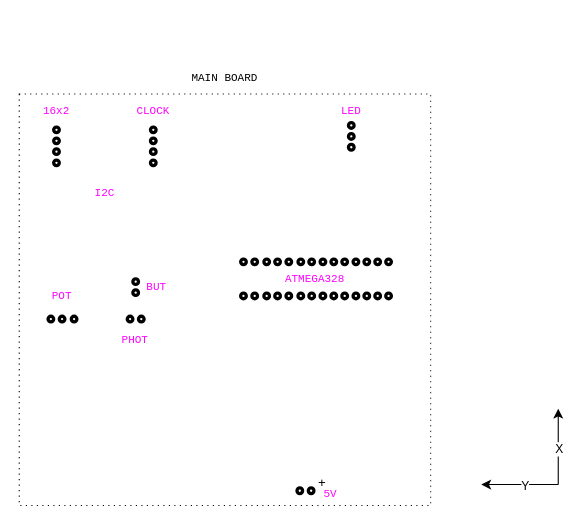
Before: Boards/Boards_map.drawio in mihanius7/pramien-clock, a draw.io diagram. Source tidied: cells renumbered, new cells numbered last; positions are measured from the earlier drawing's top-left corner, leaving out a move shared by most shapes. Both pictures are drawn from the tidied source at 110%, with x=0, y=0 at pixel (19, 67).
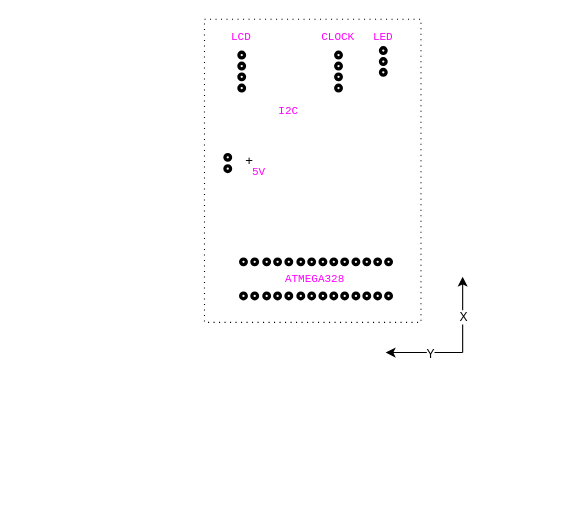
The same diagram, later.

The edit, as a diff of the source:
```diff
@@
     <mxCell id="2" style="rounded=0;whiteSpace=wrap;html=1;dashed=1;dashPattern=1 4;" parent="1" vertex="1">
-      <mxGeometry y="24" width="374" height="374" as="geometry" />
+      <mxGeometry x="168.4" y="-44" width="196.8" height="275.6" as="geometry" />
     </mxCell>
     <mxCell id="3" style="endArrow=classic;html=1;fontStyle=0;fontSize=11;" parent="1" edge="1">
       <mxGeometry relative="1" as="geometry">
-        <mxPoint x="490" y="379" as="sourcePoint" />
-        <mxPoint x="420" y="379" as="targetPoint" />
+        <mxPoint x="403.1" y="259" as="sourcePoint" />
+        <mxPoint x="333.1" y="259" as="targetPoint" />
       </mxGeometry>
     </mxCell>
@@
     <mxCell id="5" style="endArrow=classic;html=1;fontStyle=0;fontSize=11;align=center;" parent="1" edge="1">
       <mxGeometry relative="1" as="geometry">
-        <mxPoint x="490" y="379" as="sourcePoint" />
-        <mxPoint x="490" y="310" as="targetPoint" />
+        <mxPoint x="403.1" y="259" as="sourcePoint" />
+        <mxPoint x="403.1" y="190" as="targetPoint" />
       </mxGeometry>
     </mxCell>
@@
     <mxCell id="7" style="ellipse;whiteSpace=wrap;html=1;strokeWidth=3;" parent="1" vertex="1">
-      <mxGeometry x="262.8" y="382.1" width="5.1" height="5.1" as="geometry" />
+      <mxGeometry x="187" y="79" width="5.1" height="5.1" as="geometry" />
     </mxCell>
     <mxCell id="8" style="ellipse;whiteSpace=wrap;html=1;strokeWidth=3;" parent="1" vertex="1">
-      <mxGeometry x="252.5" y="382.1" width="5.1" height="5.1" as="geometry" />
+      <mxGeometry x="187" y="89.3" width="5.1" height="5.1" as="geometry" />
     </mxCell>
     <mxCell id="9" value="+" style="text;html=1;strokeColor=none;fillColor=none;align=center;verticalAlign=middle;whiteSpace=wrap;rounded=0;" parent="1" vertex="1">
-      <mxGeometry x="267.9" y="372.8" width="15" height="10" as="geometry" />
+      <mxGeometry x="202.4" y="80" width="15" height="10" as="geometry" />
     </mxCell>
     <mxCell id="10" style="edgeStyle=orthogonalEdgeStyle;rounded=0;jumpStyle=arc;jumpSize=10;orthogonalLoop=1;jettySize=auto;html=1;entryX=1;entryY=0.5;entryDx=0;entryDy=0;endArrow=none;endFill=0;strokeWidth=2;strokeColor=#99CCFF;" parent="1" edge="1">
       <mxGeometry relative="1" as="geometry">
-        <mxPoint x="712.6" y="88" as="sourcePoint" />
+        <mxPoint x="881" y="20" as="sourcePoint" />
         <Array as="points">
-          <mxPoint x="722" y="88" />
-          <mxPoint x="722" y="58" />
-          <mxPoint x="482" y="58" />
-          <mxPoint x="482" y="142" />
-          <mxPoint x="509" y="142" />
+          <mxPoint x="890.4" y="20" />
+          <mxPoint x="890.4" y="-10" />
+          <mxPoint x="650.4" y="-10" />
+          <mxPoint x="650.4" y="74" />
+          <mxPoint x="677.4" y="74" />
         </Array>
       </mxGeometry>
     </mxCell>
     <mxCell id="11" value="5V" style="text;html=1;strokeColor=none;fillColor=none;align=center;verticalAlign=middle;whiteSpace=wrap;rounded=0;glass=0;fontSize=10;opacity=50;fontStyle=0;rotation=0;fontFamily=Courier New;fontColor=#FF00FF;" parent="1" vertex="1">
-      <mxGeometry x="273.3" y="378" width="19.9" height="20" as="geometry" />
+      <mxGeometry x="207.8" y="85.2" width="19.9" height="20" as="geometry" />
     </mxCell>
     <mxCell id="12" style="ellipse;whiteSpace=wrap;html=1;strokeWidth=3;" parent="1" vertex="1">
-      <mxGeometry x="31.3" y="73.8" width="5.1" height="5.1" as="geometry" />
+      <mxGeometry x="199.7" y="5.8" width="5.1" height="5.1" as="geometry" />
     </mxCell>
     <mxCell id="13" style="ellipse;whiteSpace=wrap;html=1;strokeWidth=3;" parent="1" vertex="1">
-      <mxGeometry x="31.3" y="64" width="5.1" height="5.1" as="geometry" />
+      <mxGeometry x="199.7" y="-4" width="5.1" height="5.1" as="geometry" />
     </mxCell>
     <mxCell id="14" style="ellipse;whiteSpace=wrap;html=1;strokeWidth=3;" parent="1" vertex="1">
-      <mxGeometry x="31.3" y="54" width="5.1" height="5.1" as="geometry" />
+      <mxGeometry x="199.7" y="-14" width="5.1" height="5.1" as="geometry" />
     </mxCell>
     <mxCell id="15" style="ellipse;whiteSpace=wrap;html=1;strokeWidth=3;" parent="1" vertex="1">
-      <mxGeometry x="31.3" y="84" width="5.1" height="5.1" as="geometry" />
+      <mxGeometry x="199.7" y="16" width="5.1" height="5.1" as="geometry" />
     </mxCell>
     <mxCell id="16" style="ellipse;whiteSpace=wrap;html=1;strokeWidth=3;" parent="1" vertex="1">
-      <mxGeometry x="299.3" y="69.8" width="5.1" height="5.1" as="geometry" />
+      <mxGeometry x="328.4" y="1.7" width="5.1" height="5.1" as="geometry" />
     </mxCell>
     <mxCell id="17" style="ellipse;whiteSpace=wrap;html=1;strokeWidth=3;" parent="1" vertex="1">
-      <mxGeometry x="299.3" y="60" width="5.1" height="5.1" as="geometry" />
+      <mxGeometry x="328.4" y="-8.1" width="5.1" height="5.1" as="geometry" />
     </mxCell>
     <mxCell id="18" style="ellipse;whiteSpace=wrap;html=1;strokeWidth=3;" parent="1" vertex="1">
-      <mxGeometry x="299.3" y="50" width="5.1" height="5.1" as="geometry" />
+      <mxGeometry x="328.4" y="-18.1" width="5.1" height="5.1" as="geometry" />
     </mxCell>
     <mxCell id="19" style="ellipse;whiteSpace=wrap;html=1;strokeWidth=3;" parent="1" vertex="1">
-      <mxGeometry x="119.3" y="73.8" width="5.1" height="5.1" as="geometry" />
+      <mxGeometry x="287.7" y="5.8" width="5.1" height="5.1" as="geometry" />
     </mxCell>
     <mxCell id="20" style="ellipse;whiteSpace=wrap;html=1;strokeWidth=3;" parent="1" vertex="1">
-      <mxGeometry x="119.3" y="64" width="5.1" height="5.1" as="geometry" />
+      <mxGeometry x="287.7" y="-4" width="5.1" height="5.1" as="geometry" />
     </mxCell>
     <mxCell id="21" style="ellipse;whiteSpace=wrap;html=1;strokeWidth=3;" parent="1" vertex="1">
-      <mxGeometry x="119.3" y="54" width="5.1" height="5.1" as="geometry" />
+      <mxGeometry x="287.7" y="-14" width="5.1" height="5.1" as="geometry" />
     </mxCell>
     <mxCell id="22" style="ellipse;whiteSpace=wrap;html=1;strokeWidth=3;" parent="1" vertex="1">
-      <mxGeometry x="119.3" y="84" width="5.1" height="5.1" as="geometry" />
+      <mxGeometry x="287.7" y="16" width="5.1" height="5.1" as="geometry" />
     </mxCell>
-    <mxCell id="23" style="ellipse;whiteSpace=wrap;html=1;strokeWidth=3;" parent="1" vertex="1">
-      <mxGeometry x="36.4" y="226" width="5.1" height="5.1" as="geometry" />
-    </mxCell>
-    <mxCell id="24" style="ellipse;whiteSpace=wrap;html=1;strokeWidth=3;" parent="1" vertex="1">
-      <mxGeometry x="26.2" y="226" width="5.1" height="5.1" as="geometry" />
-    </mxCell>
-    <mxCell id="25" style="ellipse;whiteSpace=wrap;html=1;strokeWidth=3;" parent="1" vertex="1">
-      <mxGeometry x="47.3" y="226" width="5.1" height="5.1" as="geometry" />
-    </mxCell>
-    <mxCell id="26" style="ellipse;whiteSpace=wrap;html=1;strokeWidth=3;" parent="1" vertex="1">
-      <mxGeometry x="103.3" y="192" width="5.1" height="5.1" as="geometry" />
-    </mxCell>
-    <mxCell id="27" style="ellipse;whiteSpace=wrap;html=1;strokeWidth=3;" parent="1" vertex="1">
-      <mxGeometry x="103.3" y="202" width="5.1" height="5.1" as="geometry" />
-    </mxCell>
-    <mxCell id="28" style="ellipse;whiteSpace=wrap;html=1;strokeWidth=3;" parent="1" vertex="1">
-      <mxGeometry x="108.4" y="226" width="5.1" height="5.1" as="geometry" />
-    </mxCell>
-    <mxCell id="29" style="ellipse;whiteSpace=wrap;html=1;strokeWidth=3;" parent="1" vertex="1">
-      <mxGeometry x="98.2" y="226" width="5.1" height="5.1" as="geometry" />
-    </mxCell>
@@
-    <mxCell id="58" value="POT" style="text;html=1;strokeColor=none;fillColor=none;align=center;verticalAlign=middle;whiteSpace=wrap;rounded=0;glass=0;fontSize=10;opacity=50;fontStyle=0;rotation=0;fontFamily=Courier New;fontColor=#FF00FF;" parent="1" vertex="1">
-      <mxGeometry x="29.3" y="197.6" width="19.9" height="20" as="geometry" />
-    </mxCell>
-    <mxCell id="59" value="BUT" style="text;html=1;strokeColor=none;fillColor=none;align=center;verticalAlign=middle;whiteSpace=wrap;rounded=0;glass=0;fontSize=10;opacity=50;fontStyle=0;rotation=0;fontFamily=Courier New;fontColor=#FF00FF;" parent="1" vertex="1">
-      <mxGeometry x="115.3" y="190" width="19.9" height="20" as="geometry" />
-    </mxCell>
-    <mxCell id="60" value="PHOT" style="text;html=1;strokeColor=none;fillColor=none;align=center;verticalAlign=middle;whiteSpace=wrap;rounded=0;glass=0;fontSize=10;opacity=50;fontStyle=0;rotation=0;fontFamily=Courier New;fontColor=#FF00FF;" parent="1" vertex="1">
-      <mxGeometry x="91.2" y="238" width="29.3" height="20" as="geometry" />
-    </mxCell>
@@
     <mxCell id="62" value="I2C" style="text;html=1;strokeColor=none;fillColor=none;align=center;verticalAlign=middle;whiteSpace=wrap;rounded=0;glass=0;fontSize=10;opacity=50;fontStyle=0;rotation=0;fontFamily=Courier New;fontColor=#FF00FF;" parent="1" vertex="1">
-      <mxGeometry x="49.2" y="104" width="57.9" height="20" as="geometry" />
+      <mxGeometry x="216.1" y="30" width="57.9" height="20" as="geometry" />
     </mxCell>
-    <mxCell id="63" value="16x2" style="text;html=1;strokeColor=none;fillColor=none;align=center;verticalAlign=middle;whiteSpace=wrap;rounded=0;glass=0;fontSize=10;opacity=50;fontStyle=0;rotation=0;fontFamily=Courier New;fontColor=#FF00FF;" parent="1" vertex="1">
-      <mxGeometry x="4.9" y="30" width="57.9" height="20" as="geometry" />
+    <mxCell id="63" value="LCD" style="text;html=1;strokeColor=none;fillColor=none;align=center;verticalAlign=middle;whiteSpace=wrap;rounded=0;glass=0;fontSize=10;opacity=50;fontStyle=0;rotation=0;fontFamily=Courier New;fontColor=#FF00FF;" parent="1" vertex="1">
+      <mxGeometry x="173.3" y="-38" width="57.9" height="20" as="geometry" />
     </mxCell>
     <mxCell id="64" value="CLOCK" style="text;html=1;strokeColor=none;fillColor=none;align=center;verticalAlign=middle;whiteSpace=wrap;rounded=0;glass=0;fontSize=10;opacity=50;fontStyle=0;rotation=0;fontFamily=Courier New;fontColor=#FF00FF;" parent="1" vertex="1">
-      <mxGeometry x="92.9" y="30" width="57.9" height="20" as="geometry" />
+      <mxGeometry x="261.3" y="-38" width="57.9" height="20" as="geometry" />
     </mxCell>
     <mxCell id="65" value="LED" style="text;html=1;strokeColor=none;fillColor=none;align=center;verticalAlign=middle;whiteSpace=wrap;rounded=0;glass=0;fontSize=10;opacity=50;fontStyle=0;rotation=0;fontFamily=Courier New;fontColor=#FF00FF;" parent="1" vertex="1">
-      <mxGeometry x="273.3" y="30.1" width="57.9" height="20" as="geometry" />
+      <mxGeometry x="302.4" y="-38" width="57.9" height="20" as="geometry" />
     </mxCell>
-    <mxCell id="66" value="MAIN BOARD" style="text;html=1;strokeColor=none;fillColor=none;align=center;verticalAlign=middle;whiteSpace=wrap;rounded=0;glass=0;fontSize=10;opacity=50;fontStyle=0;rotation=0;fontFamily=Courier New;" parent="1" vertex="1">
-      <mxGeometry width="374" height="20" as="geometry" />
-    </mxCell>
```
